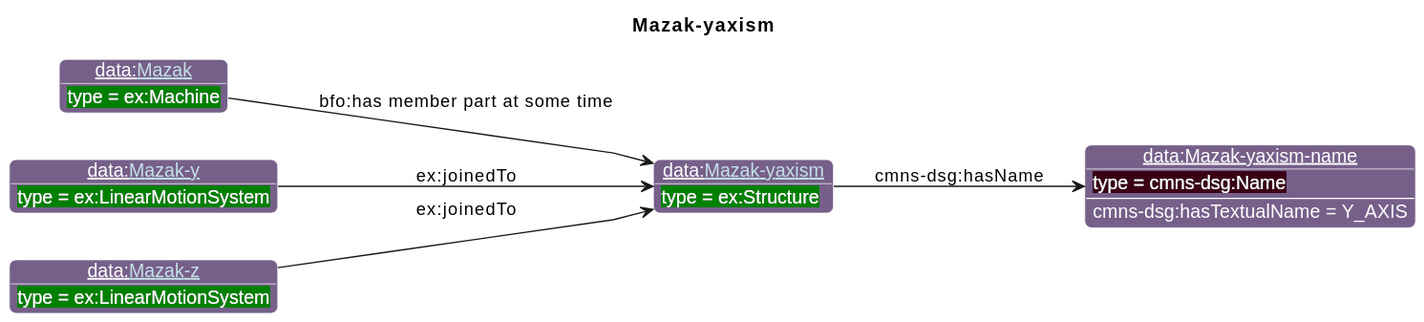
iofoundry/example-syseng-mtconnect keeps this PlantUML diagram as diagrams/Mazak-yaxism.svg. Above is the earlier version.
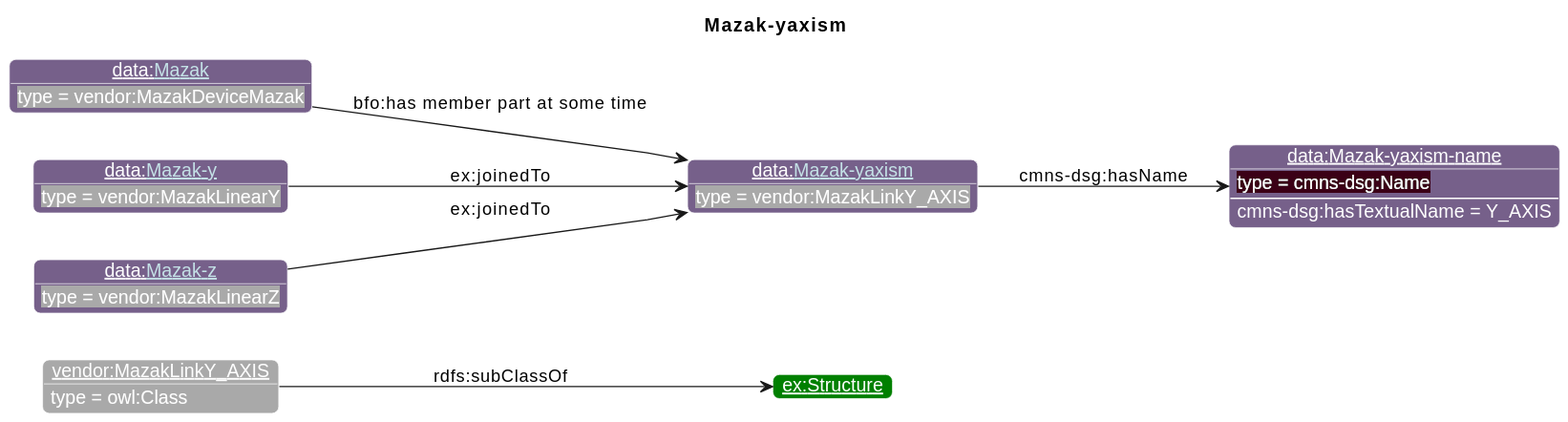
Above is the later version.

Change to the diagram source:
```diff
@@ -19,14 +19,17 @@
                       "ns1":"76608A",
 "ex":"Green","data":"76608A","core":"000000","units":"8A2D3B","qp":"641B2E","cmns-dsg":"3A0519"
 }
-individual(o1, data:[[./Mazak-yaxism.html Mazak-yaxism]], ex:Structure)
-individual(o2, data:Mazak-yaxism-name, cmns-dsg:Name)
-individual(o3, data:[[./Mazak.html Mazak]], ex:Machine)
-individual(o4, data:[[./Mazak-y.html Mazak-y]], ex:LinearMotionSystem)
-individual(o5, data:[[./Mazak-z.html Mazak-z]], ex:LinearMotionSystem)
-property(o1, cmns-dsg:hasName, o2)
-data(o2, cmns-dsg:hasTextualName, Y_AXIS)
-property(o3, "bfo:has member part at some time", o1)
-property(o4, ex:joinedTo, o1)
-property(o5, ex:joinedTo, o1)
+individual(o1, vendor:MazakLinkY_AXIS, owl:Class)
+individual(o2, ex:Structure)
+individual(o3, data:[[./Mazak-yaxism.html Mazak-yaxism]], vendor:MazakLinkY_AXIS)
+individual(o4, data:Mazak-yaxism-name, cmns-dsg:Name)
+individual(o5, data:[[./Mazak.html Mazak]], vendor:MazakDeviceMazak)
+individual(o6, data:[[./Mazak-y.html Mazak-y]], vendor:MazakLinearY)
+individual(o7, data:[[./Mazak-z.html Mazak-z]], vendor:MazakLinearZ)
+property(o1, rdfs:subClassOf, o2)
+property(o3, cmns-dsg:hasName, o4)
+data(o4, cmns-dsg:hasTextualName, Y_AXIS)
+property(o5, "bfo:has member part at some time", o3)
+property(o6, ex:joinedTo, o3)
+property(o7, ex:joinedTo, o3)
 @enduml
```
